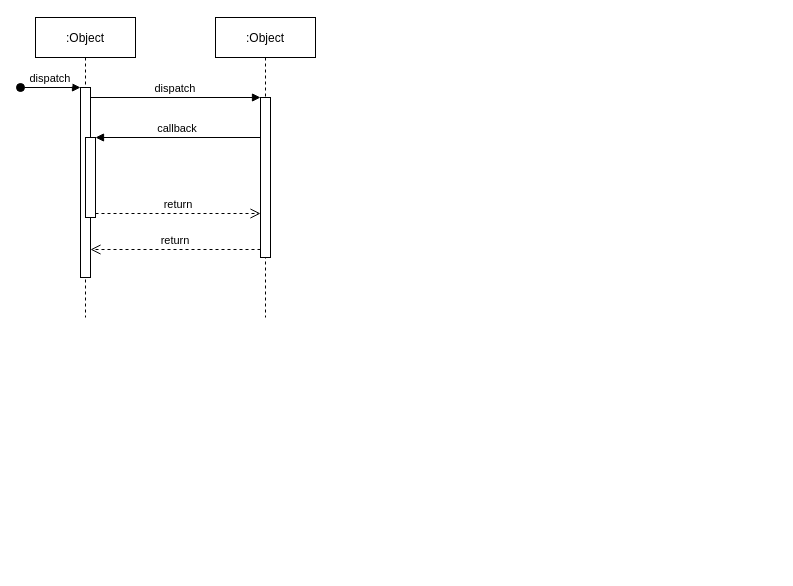
Before: 极客时间快乐push大体验时序图.drawio in innovatorCL/DiagramsRepo, a draw.io diagram. Source tidied: cells renumbered, new cells numbered last; positions are measured from the earlier drawing's top-left corner, leaving out a move shared by most shapes. Both pictures are drawn from the tidied source at 100%, with x=0, y=0 at pixel (20, 17).
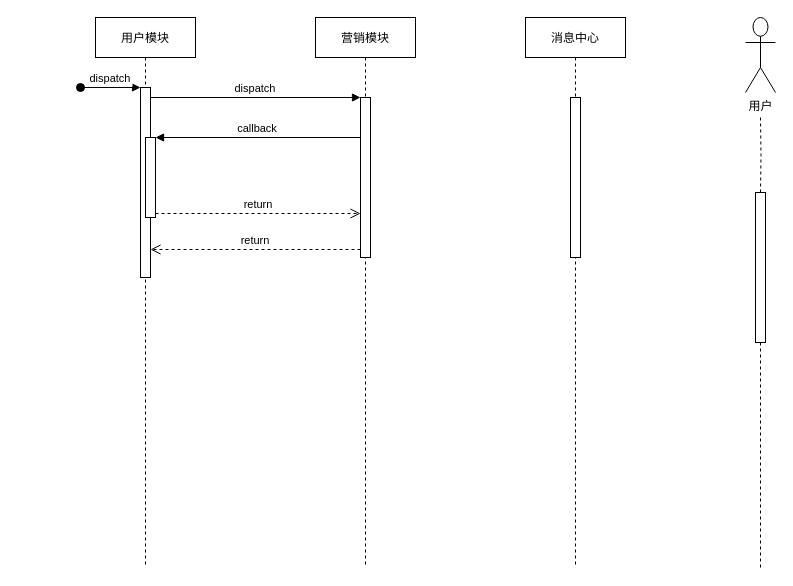
The same diagram, later.

Commit message (it also covers changes not shown here):
Update 极客时间快乐push大体验时序图.drawio

Diff of the diagram source:
```diff
@@
-    <mxCell id="2" value=":Object" style="shape=umlLifeline;perimeter=lifelinePerimeter;rounded=0;shadow=0;strokeWidth=1;" parent="1" vertex="1">
-      <mxGeometry x="15" width="100" height="300" as="geometry" />
+    <mxCell id="2" value="用户模块" style="shape=umlLifeline;perimeter=lifelinePerimeter;rounded=0;shadow=0;strokeWidth=1;" parent="1" vertex="1">
+      <mxGeometry x="75" width="100" height="550" as="geometry" />
     </mxCell>
@@
-    <mxCell id="6" value=":Object" style="shape=umlLifeline;perimeter=lifelinePerimeter;rounded=0;shadow=0;strokeWidth=1;" parent="1" vertex="1">
-      <mxGeometry x="195" width="100" height="300" as="geometry" />
+    <mxCell id="6" value="营销模块" style="shape=umlLifeline;perimeter=lifelinePerimeter;rounded=0;shadow=0;strokeWidth=1;" parent="1" vertex="1">
+      <mxGeometry x="295" width="100" height="550" as="geometry" />
     </mxCell>
@@
+    <mxCell id="12" style="group;" parent="1" vertex="1">
+      <mxGeometry x="725" width="30" height="550" as="geometry" />
+    </mxCell>
+    <mxCell id="13" style="edgeStyle=orthogonalEdgeStyle;rounded=0;jettySize=auto;html=1;endArrow=none;endFill=0;dashed=1;startArrow=none;" parent="12" edge="1" source="16">
+      <mxGeometry relative="1" as="geometry">
+        <mxPoint x="15" y="550" as="targetPoint" />
+      </mxGeometry>
+    </mxCell>
+    <mxCell id="14" style="edgeStyle=orthogonalEdgeStyle;rounded=0;jettySize=auto;html=1;dashed=1;endArrow=none;endFill=0;" parent="12" edge="1" target="16">
+      <mxGeometry relative="1" as="geometry">
+        <mxPoint x="15" y="100" as="sourcePoint" />
+      </mxGeometry>
+    </mxCell>
+    <mxCell id="15" value="用户&lt;br&gt;" style="shape=umlActor;verticalLabelPosition=bottom;verticalAlign=top;html=1;" parent="12" vertex="1">
+      <mxGeometry width="30" height="75" as="geometry" />
+    </mxCell>
+    <mxCell id="16" style="html=1;points=[];perimeter=orthogonalPerimeter;" parent="12" vertex="1">
+      <mxGeometry x="10" y="175" width="10" height="150" as="geometry" />
+    </mxCell>
+    <mxCell id="17" value="消息中心" style="shape=umlLifeline;perimeter=lifelinePerimeter;rounded=0;shadow=0;strokeWidth=1;" parent="1" vertex="1">
+      <mxGeometry x="505" width="100" height="550" as="geometry" />
+    </mxCell>
+    <mxCell id="18" style="perimeter=orthogonalPerimeter;rounded=0;shadow=0;strokeWidth=1;" parent="17" vertex="1">
+      <mxGeometry x="45" y="80" width="10" height="160" as="geometry" />
+    </mxCell>
```
